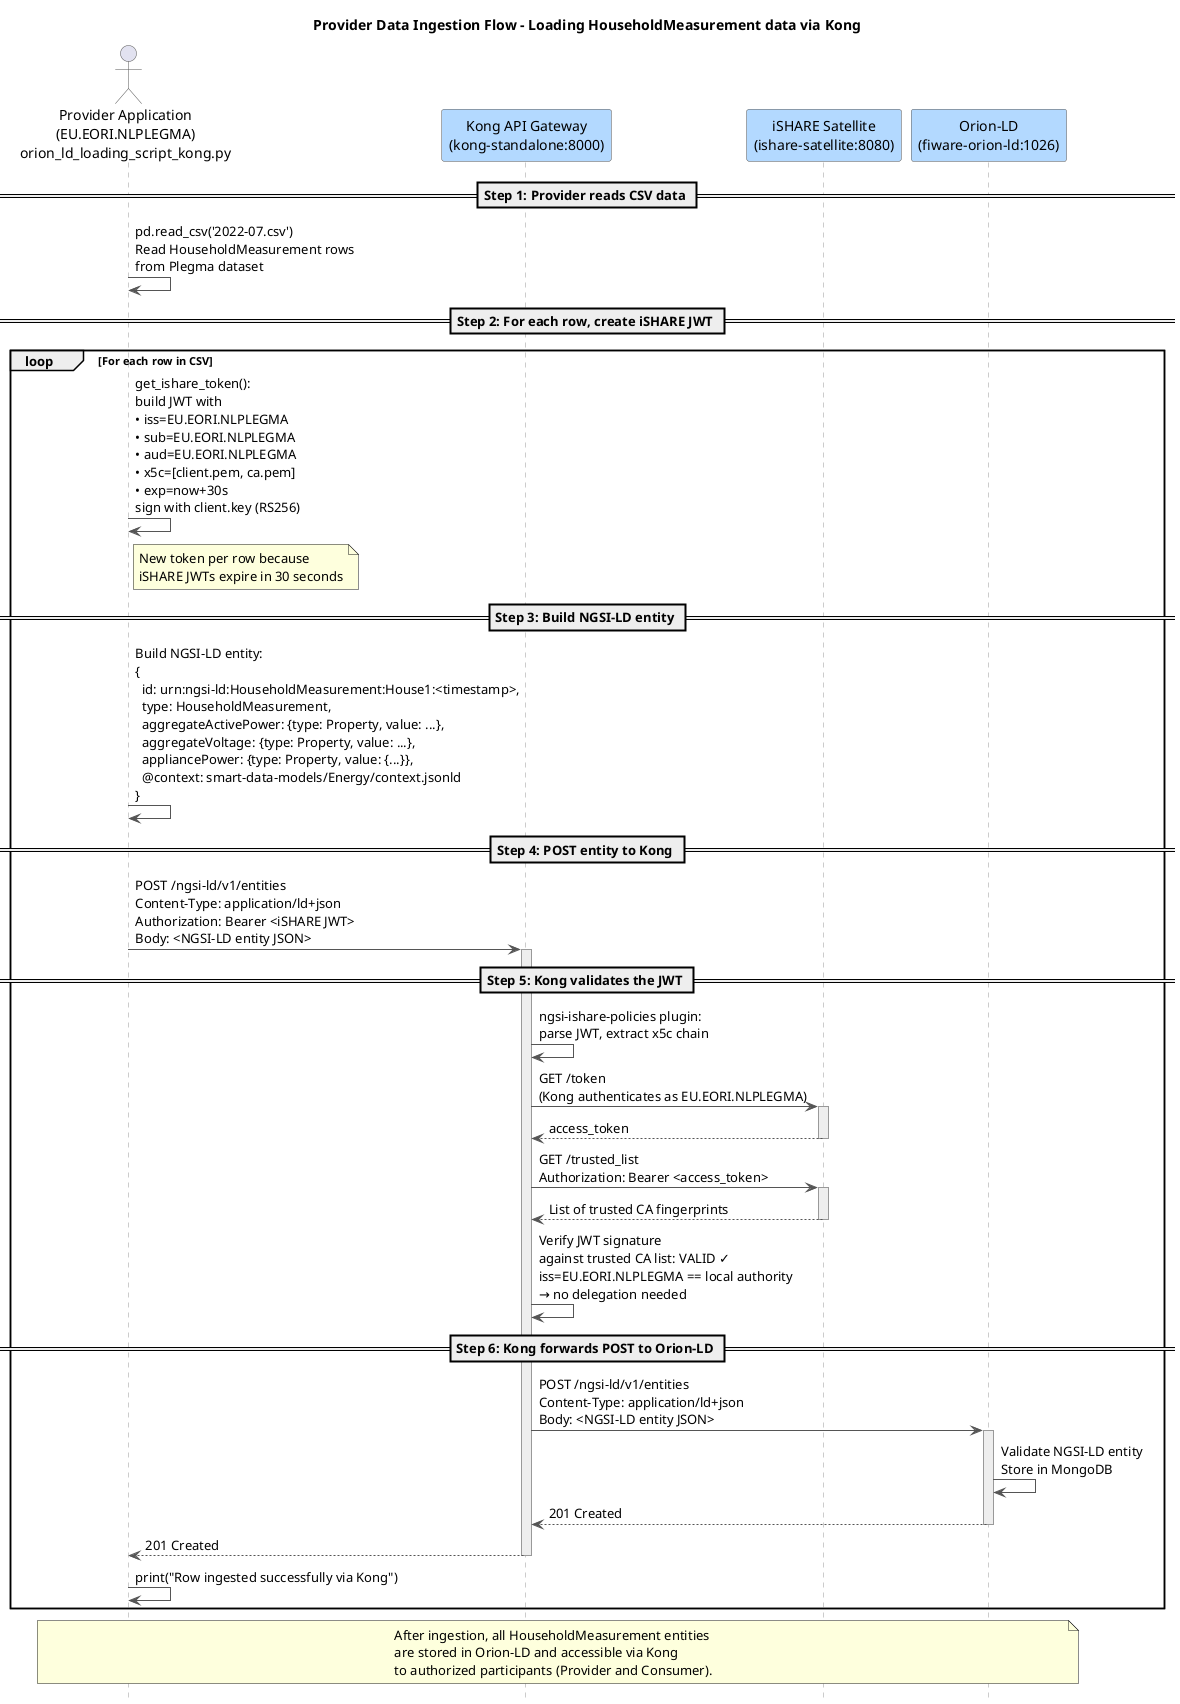
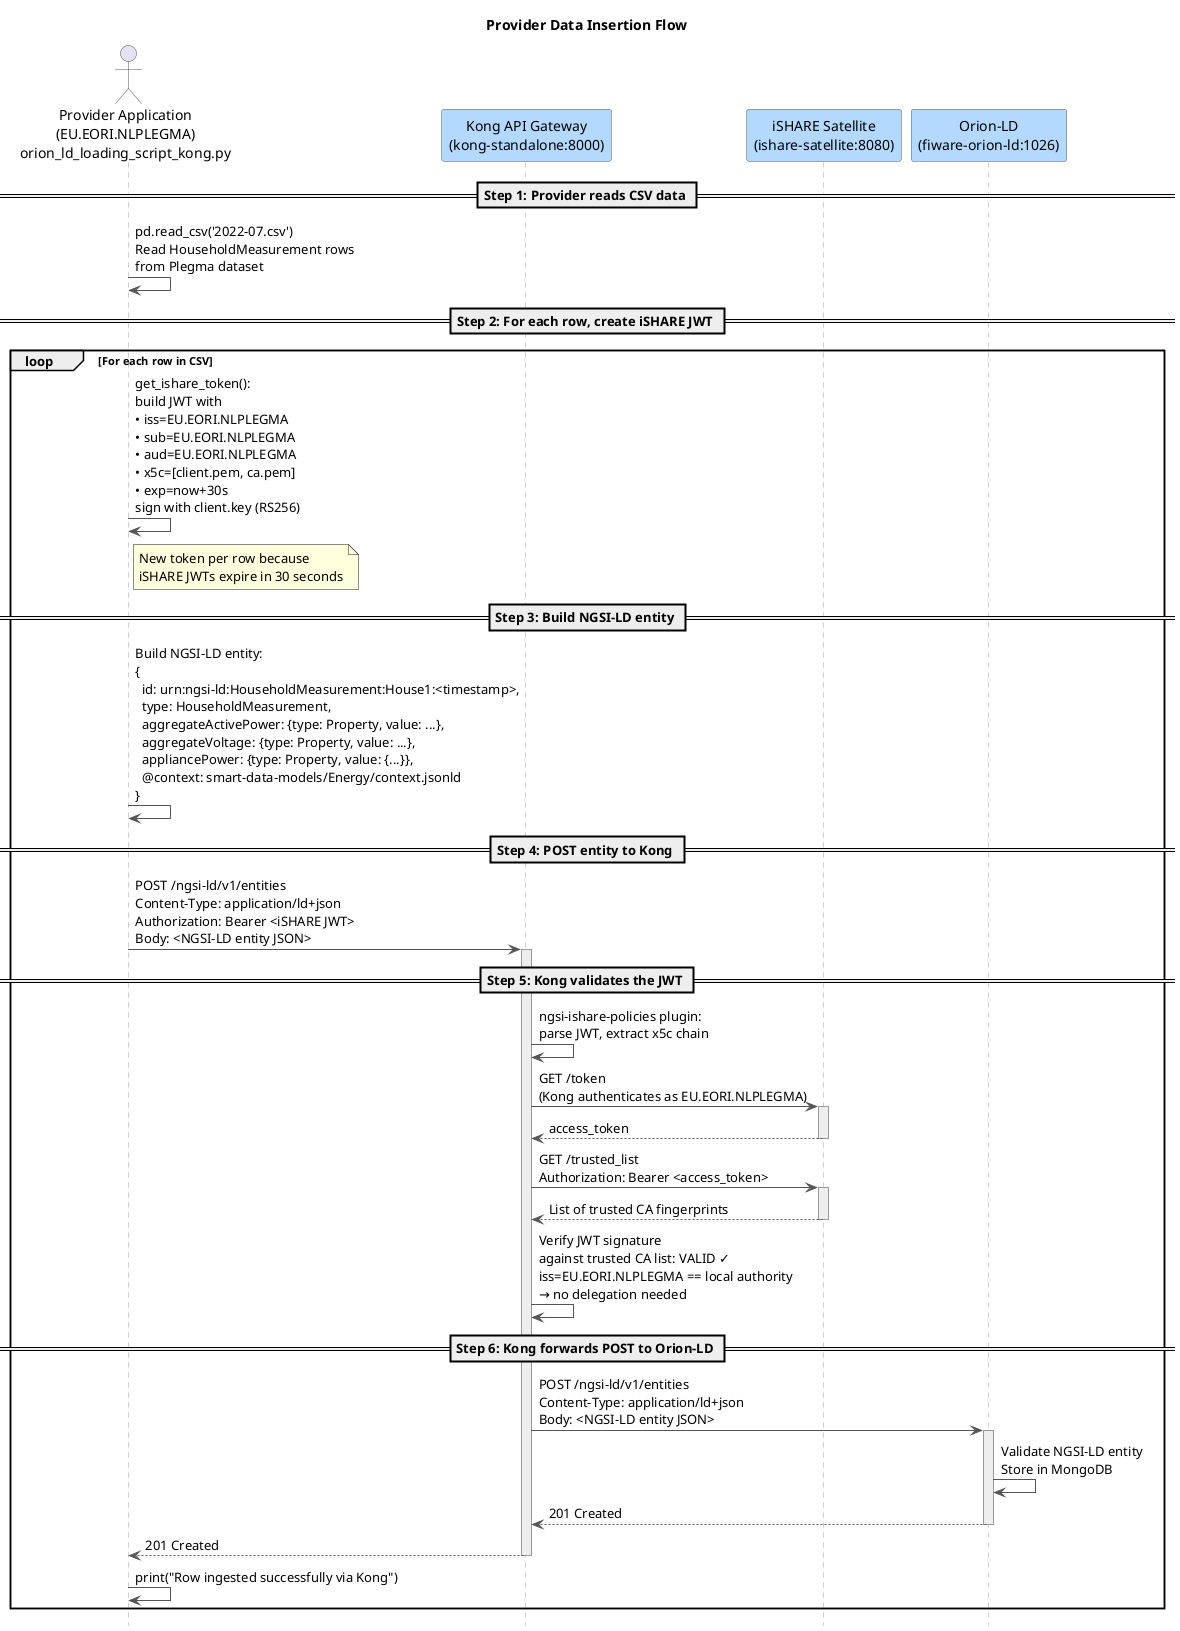
@startuml data_ingestion_sequence
- title Provider Data Ingestion Flow - Loading HouseholdMeasurement data via Kong
+ title Provider Data Insertion Flow
hide footbox

skinparam shadowing false
skinparam defaultFontName "Helvetica"
skinparam sequence {
    ArrowColor          #555555
    ActorBorderColor    #555555
    LifeLineBorderColor #999999
    LifeLineBackgroundColor #EEEEEE
    ParticipantBorderColor #555555
    ParticipantBackgroundColor #B3D9FF
    NoteBackgroundColor #FFF9C4
    NoteBorderColor     #999999
}

actor "Provider Application\n(EU.EORI.NLPLEGMA)\norion_ld_loading_script_kong.py" as Provider
participant "Kong API Gateway\n(kong-standalone:8000)" as Kong
participant "iSHARE Satellite\n(ishare-satellite:8080)" as Satellite
participant "Orion-LD\n(fiware-orion-ld:1026)" as Orion

== Step 1: Provider reads CSV data ==

Provider -> Provider : pd.read_csv('2022-07.csv')\nRead HouseholdMeasurement rows\nfrom Plegma dataset

== Step 2: For each row, create iSHARE JWT ==

loop For each row in CSV

    Provider -> Provider : get_ishare_token():\nbuild JWT with\n• iss=EU.EORI.NLPLEGMA\n• sub=EU.EORI.NLPLEGMA\n• aud=EU.EORI.NLPLEGMA\n• x5c=[client.pem, ca.pem]\n• exp=now+30s\nsign with client.key (RS256)

    note right of Provider
    New token per row because
    iSHARE JWTs expire in 30 seconds
    end note

    == Step 3: Build NGSI-LD entity ==

    Provider -> Provider : Build NGSI-LD entity:\n{\n  id: urn:ngsi-ld:HouseholdMeasurement:House1:<timestamp>,\n  type: HouseholdMeasurement,\n  aggregateActivePower: {type: Property, value: ...},\n  aggregateVoltage: {type: Property, value: ...},\n  appliancePower: {type: Property, value: {...}},\n  @context: smart-data-models/Energy/context.jsonld\n}

    == Step 4: POST entity to Kong ==

    Provider -> Kong : POST /ngsi-ld/v1/entities\nContent-Type: application/ld+json\nAuthorization: Bearer <iSHARE JWT>\nBody: <NGSI-LD entity JSON>

    activate Kong

    == Step 5: Kong validates the JWT ==

    Kong -> Kong : ngsi-ishare-policies plugin:\nparse JWT, extract x5c chain

    Kong -> Satellite : GET /token\n(Kong authenticates as EU.EORI.NLPLEGMA)
    activate Satellite
    Satellite --> Kong : access_token
    deactivate Satellite

    Kong -> Satellite : GET /trusted_list\nAuthorization: Bearer <access_token>
    activate Satellite
    Satellite --> Kong : List of trusted CA fingerprints
    deactivate Satellite

    Kong -> Kong : Verify JWT signature\nagainst trusted CA list: VALID ✓\niss=EU.EORI.NLPLEGMA == local authority\n→ no delegation needed

    == Step 6: Kong forwards POST to Orion-LD ==

    Kong -> Orion : POST /ngsi-ld/v1/entities\nContent-Type: application/ld+json\nBody: <NGSI-LD entity JSON>
    activate Orion
    Orion -> Orion : Validate NGSI-LD entity\nStore in MongoDB
    Orion --> Kong : 201 Created
    deactivate Orion

    Kong --> Provider : 201 Created
    deactivate Kong

    Provider -> Provider : print("Row ingested successfully via Kong")

end

- note over Provider, Orion
- After ingestion, all HouseholdMeasurement entities
- are stored in Orion-LD and accessible via Kong
- to authorized participants (Provider and Consumer).
- end note
- 
@enduml
